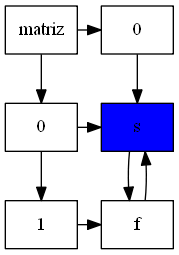
The Graphviz diagram tablero.png in OmarLetona14/EDD_1S2020_PY1_201700377, before a commit. Its source is kept beside it as tablero.dot.
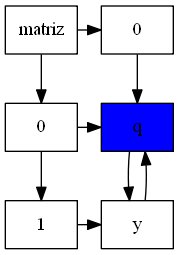
After the commit.

What changed in the source:
```diff
@@ -8,8 +8,8 @@
 y0[label = " 0" group = 1 ];
 mt -> y0
 {rank = same; mt; y0;};
-x0y0 [label = " s", style=filled, fillcolor=blue , group = 1 ];
-x1y0 [label = " f" group = 1 ];
+x0y0 [label = " q", style=filled, fillcolor=blue , group = 1 ];
+x1y0 [label = " y" group = 1 ];
 x0y0-> x1y0
  x1y0-> x0y0
  x0 -> x0y0
```
